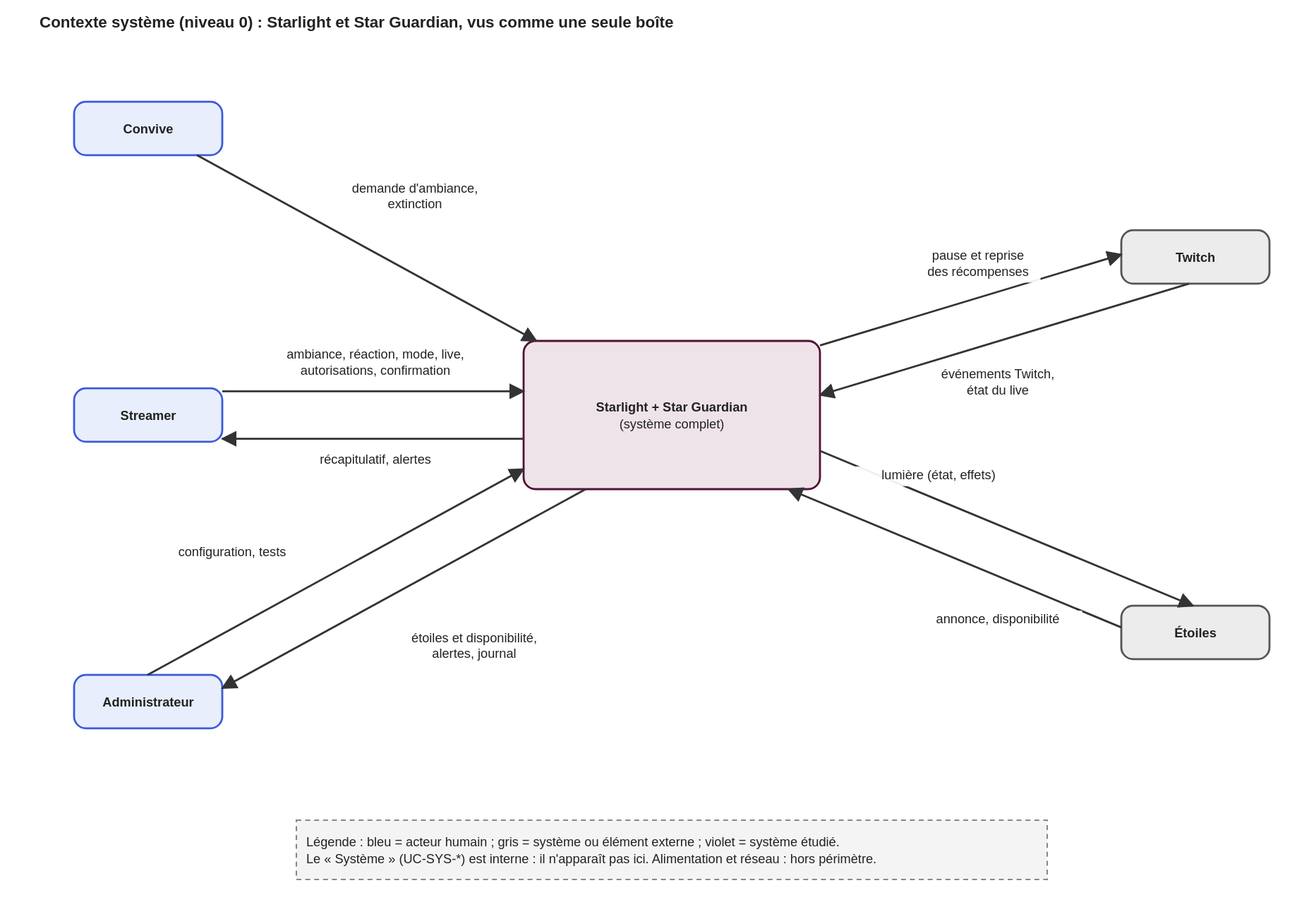
Has-san/Starlight keeps this draw.io diagram as docs/02-specifications/contexte-systeme.drawio.svg. Above is the earlier version. Source tidied: cells renumbered, new cells last; positions are measured from the earlier drawing's top-left corner, leaving out a move shared by most shapes.
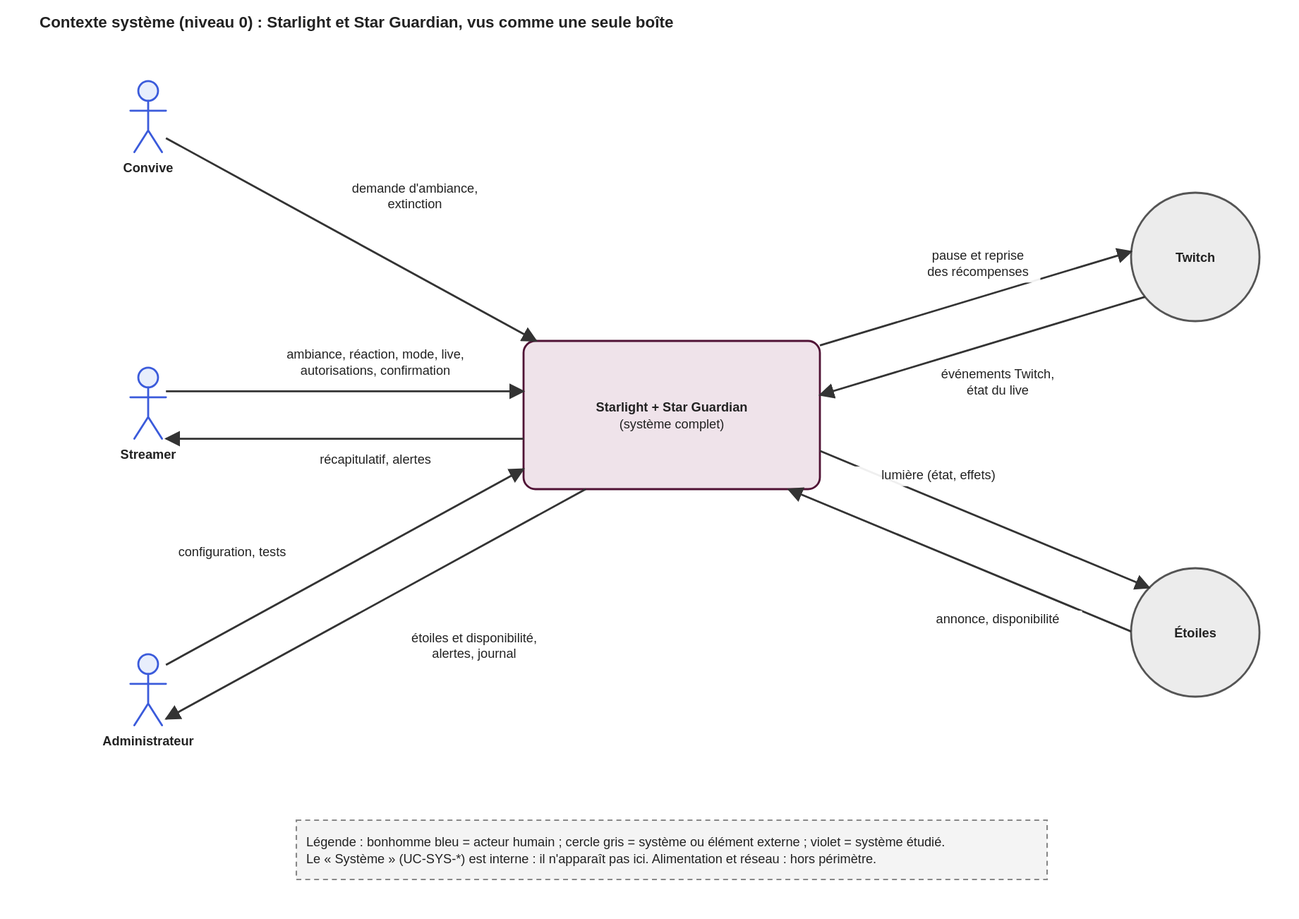
After the commit.

Commit message:
docs: représenter les acteurs humains par un bonhomme et les éléments externes par un cercle

Claude-Session: https://claude.ai/code/session_019Qt1ZNcs26i7ZgavyR8azT

What changed in the source:
```diff
@@ -2,25 +2,25 @@
   <root>
     <mxCell id="0" />
     <mxCell id="1" parent="0" />
-    <mxCell id="2" value="Convive" style="rounded=1;whiteSpace=wrap;html=1;fillColor=#e8eefc;strokeColor=#3b5bdb;strokeWidth=2;fontSize=13;" parent="1" vertex="1">
-      <mxGeometry width="150" height="54" as="geometry" />
+    <mxCell id="2" value="Convive" style="shape=umlActor;verticalLabelPosition=bottom;verticalAlign=top;html=1;outlineConnect=0;fillColor=#e8eefc;strokeColor=#3b5bdb;strokeWidth=2;fontSize=13;fontStyle=1;" parent="1" vertex="1">
+      <mxGeometry x="57" y="-21" width="36" height="72" as="geometry" />
     </mxCell>
-    <mxCell id="3" value="Streamer" style="rounded=1;whiteSpace=wrap;html=1;fillColor=#e8eefc;strokeColor=#3b5bdb;strokeWidth=2;fontSize=13;" parent="1" vertex="1">
-      <mxGeometry y="290" width="150" height="54" as="geometry" />
+    <mxCell id="3" value="Streamer" style="shape=umlActor;verticalLabelPosition=bottom;verticalAlign=top;html=1;outlineConnect=0;fillColor=#e8eefc;strokeColor=#3b5bdb;strokeWidth=2;fontSize=13;fontStyle=1;" parent="1" vertex="1">
+      <mxGeometry x="57" y="269" width="36" height="72" as="geometry" />
     </mxCell>
-    <mxCell id="4" value="Administrateur" style="rounded=1;whiteSpace=wrap;html=1;fillColor=#e8eefc;strokeColor=#3b5bdb;strokeWidth=2;fontSize=13;" parent="1" vertex="1">
-      <mxGeometry y="580" width="150" height="54" as="geometry" />
+    <mxCell id="4" value="Administrateur" style="shape=umlActor;verticalLabelPosition=bottom;verticalAlign=top;html=1;outlineConnect=0;fillColor=#e8eefc;strokeColor=#3b5bdb;strokeWidth=2;fontSize=13;fontStyle=1;" parent="1" vertex="1">
+      <mxGeometry x="57" y="559" width="36" height="72" as="geometry" />
     </mxCell>
-    <mxCell id="5" value="Twitch" style="rounded=1;whiteSpace=wrap;html=1;fillColor=#ececec;strokeColor=#555555;strokeWidth=2;fontSize=13;" parent="1" vertex="1">
-      <mxGeometry x="1060" y="130" width="150" height="54" as="geometry" />
+    <mxCell id="5" value="Twitch" style="ellipse;whiteSpace=wrap;html=1;fillColor=#ececec;strokeColor=#555555;strokeWidth=2;fontSize=13;fontStyle=1;" parent="1" vertex="1">
+      <mxGeometry x="1070" y="92" width="130" height="130" as="geometry" />
     </mxCell>
-    <mxCell id="6" value="Étoiles" style="rounded=1;whiteSpace=wrap;html=1;fillColor=#ececec;strokeColor=#555555;strokeWidth=2;fontSize=13;" parent="1" vertex="1">
-      <mxGeometry x="1060" y="510" width="150" height="54" as="geometry" />
+    <mxCell id="6" value="Étoiles" style="ellipse;whiteSpace=wrap;html=1;fillColor=#ececec;strokeColor=#555555;strokeWidth=2;fontSize=13;fontStyle=1;" parent="1" vertex="1">
+      <mxGeometry x="1070" y="472" width="130" height="130" as="geometry" />
     </mxCell>
     <mxCell id="7" value="Starlight + Star Guardian&lt;br&gt;(système complet)" style="rounded=1;whiteSpace=wrap;html=1;fillColor=#efe3ea;strokeColor=#501235;strokeWidth=2;fontSize=13;" parent="1" vertex="1">
       <mxGeometry x="455" y="242" width="300" height="150" as="geometry" />
     </mxCell>
-    <mxCell id="8" value="Légende : bleu = acteur humain ; gris = système ou élément externe ; violet = système étudié.&lt;br&gt;Le « Système » (UC-SYS-*) est interne : il n'apparaît pas ici. Alimentation et réseau : hors périmètre." style="rounded=0;dashed=1;align=left;spacingLeft=8;whiteSpace=wrap;html=1;fillColor=#f4f4f4;strokeColor=#888888;strokeWidth=2;fontSize=13;" parent="1" vertex="1">
+    <mxCell id="8" value="Légende : bonhomme bleu = acteur humain ; cercle gris = système ou élément externe ; violet = système étudié.&lt;br&gt;Le « Système » (UC-SYS-*) est interne : il n'apparaît pas ici. Alimentation et réseau : hors périmètre." style="rounded=0;dashed=1;align=left;spacingLeft=8;whiteSpace=wrap;html=1;fillColor=#f4f4f4;strokeColor=#888888;strokeWidth=2;fontSize=13;" parent="1" vertex="1">
       <mxGeometry x="225" y="727" width="760" height="60" as="geometry" />
     </mxCell>
     <mxCell id="9" value="demande d'ambiance,&lt;br&gt;extinction" style="edgeStyle=none;html=1;endArrow=block;strokeWidth=2;fontSize=13;labelBackgroundColor=#ffffff;" parent="1" edge="1" source="2" target="7">
```
